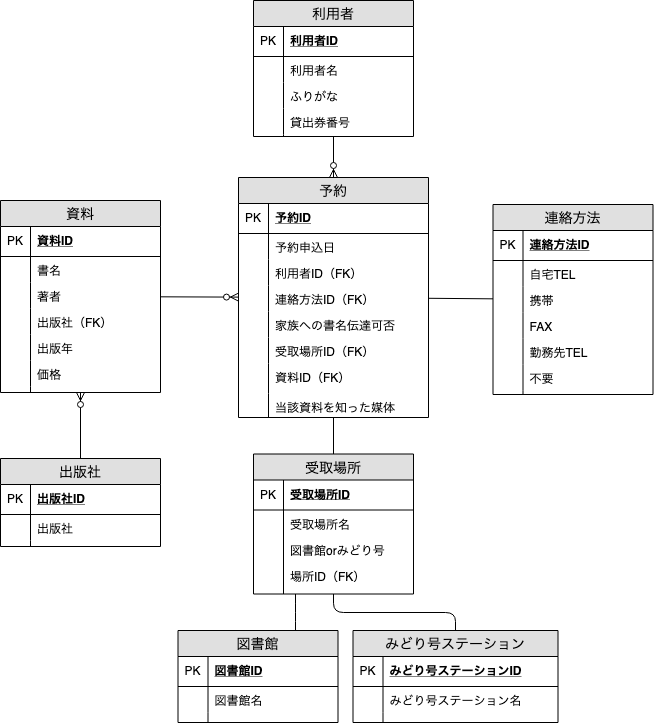
The draw.io diagram 002_reservation_sheet.png in chihaso/rakurakuERD, before a commit. Source tidied: cells renumbered, new cells last; positions are measured from the earlier drawing's top-left corner, leaving out a move shared by most shapes.
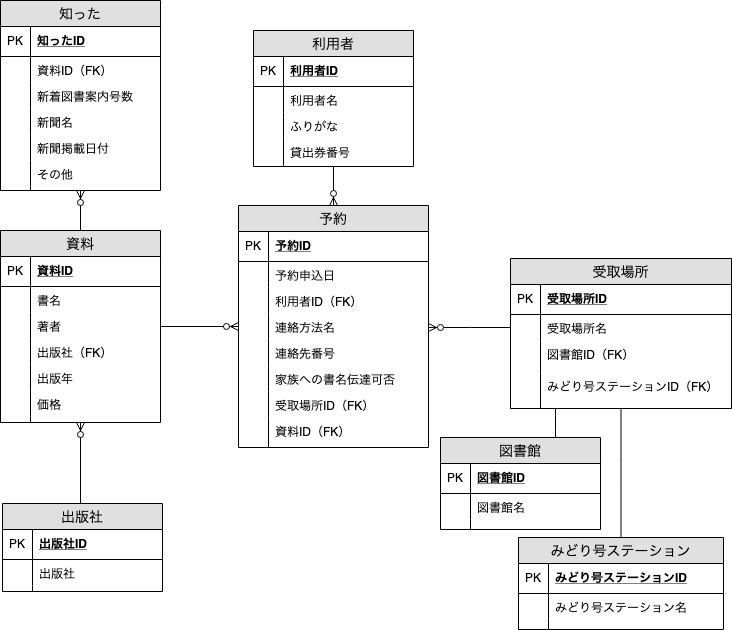
After the change.

Commit message:
知ったテーブル追加、場所テーブルで図書館IDとみどり号ステーションIDをFKとして参照、連絡先を予約テーブルに収納

The edit, as a diff of the source:
```diff
@@ -5,4 +5,10 @@
     <mxCell id="2" value="予約" style="swimlane;fontStyle=0;horizontal=1;startSize=26;fillColor=#e0e0e0;swimlaneFillColor=#ffffff;align=center;fontSize=14;" parent="1" vertex="1">
-      <mxGeometry x="238" y="177" width="190" height="240" as="geometry" />
+      <mxGeometry x="238" y="160" width="190" height="242" as="geometry" />
     </mxCell>
+    <mxCell id="19" style="shape=partialRectangle;top=0;left=0;right=0;bottom=0;align=left;verticalAlign=top;fillColor=none;spacingLeft=34;spacingRight=4;overflow=hidden;points=[[0,0.5],[1,0.5]];portConstraint=eastwest;fontSize=12;" parent="2" vertex="1">
+      <mxGeometry y="26" width="190" as="geometry" />
+    </mxCell>
+    <mxCell id="20" style="shape=partialRectangle;top=0;left=0;bottom=0;fillColor=none;align=left;verticalAlign=top;spacingLeft=4;spacingRight=4;overflow=hidden;fontSize=12;" parent="19" vertex="1">
+      <mxGeometry width="30" as="geometry" />
+    </mxCell>
     <mxCell id="3" value="予約ID" style="shape=partialRectangle;top=0;left=0;right=0;bottom=1;align=left;verticalAlign=middle;fillColor=none;spacingLeft=34;spacingRight=4;overflow=hidden;fontStyle=5;fontSize=12;" parent="2" vertex="1">
@@ -25,3 +31,3 @@
     </mxCell>
-    <mxCell id="9" value="連絡方法ID（FK）" style="shape=partialRectangle;top=0;left=0;right=0;bottom=0;align=left;verticalAlign=top;fillColor=none;spacingLeft=34;spacingRight=4;overflow=hidden;fontSize=12;" parent="2" vertex="1">
+    <mxCell id="9" value="連絡方法名" style="shape=partialRectangle;top=0;left=0;right=0;bottom=0;align=left;verticalAlign=top;fillColor=none;spacingLeft=34;spacingRight=4;overflow=hidden;fontSize=12;" parent="2" vertex="1">
       <mxGeometry y="108" width="190" height="26" as="geometry" />
@@ -31,4 +37,10 @@
     </mxCell>
+    <mxCell id="99" value="連絡先番号" style="shape=partialRectangle;top=0;left=0;right=0;bottom=0;align=left;verticalAlign=top;fillColor=none;spacingLeft=34;spacingRight=4;overflow=hidden;fontSize=12;" parent="2" vertex="1">
+      <mxGeometry y="134" width="190" height="26" as="geometry" />
+    </mxCell>
+    <mxCell id="100" style="shape=partialRectangle;top=0;left=0;bottom=0;fillColor=none;align=left;verticalAlign=top;spacingLeft=4;spacingRight=4;overflow=hidden;fontSize=12;" parent="99" vertex="1">
+      <mxGeometry width="30" height="26" as="geometry" />
+    </mxCell>
     <mxCell id="11" value="家族への書名伝達可否" style="shape=partialRectangle;top=0;left=0;right=0;bottom=0;align=left;verticalAlign=top;fillColor=none;spacingLeft=34;spacingRight=4;overflow=hidden;fontSize=12;" parent="2" vertex="1">
-      <mxGeometry y="134" width="190" height="26" as="geometry" />
+      <mxGeometry y="160" width="190" height="26" as="geometry" />
     </mxCell>
@@ -38,3 +50,3 @@
     <mxCell id="13" value="受取場所ID（FK）" style="shape=partialRectangle;top=0;left=0;right=0;bottom=0;align=left;verticalAlign=top;fillColor=none;spacingLeft=34;spacingRight=4;overflow=hidden;fontSize=12;" parent="2" vertex="1">
-      <mxGeometry y="160" width="190" height="26" as="geometry" />
+      <mxGeometry y="186" width="190" height="26" as="geometry" />
     </mxCell>
@@ -44,3 +56,3 @@
     <mxCell id="15" value="資料ID（FK）" style="shape=partialRectangle;top=0;left=0;right=0;bottom=0;align=left;verticalAlign=top;fillColor=none;spacingLeft=34;spacingRight=4;overflow=hidden;fontSize=12;" parent="2" vertex="1">
-      <mxGeometry y="186" width="190" height="30" as="geometry" />
+      <mxGeometry y="212" width="190" height="30" as="geometry" />
     </mxCell>
@@ -49,16 +61,4 @@
     </mxCell>
-    <mxCell id="17" value="当該資料を知った媒体" style="shape=partialRectangle;top=0;left=0;right=0;bottom=0;align=left;verticalAlign=top;fillColor=none;spacingLeft=34;spacingRight=4;overflow=hidden;fontSize=12;" parent="2" vertex="1">
-      <mxGeometry y="216" width="190" height="24" as="geometry" />
-    </mxCell>
-    <mxCell id="18" style="shape=partialRectangle;top=0;left=0;bottom=0;fillColor=none;align=left;verticalAlign=top;spacingLeft=4;spacingRight=4;overflow=hidden;fontSize=12;" parent="17" vertex="1">
-      <mxGeometry width="30" height="24" as="geometry" />
-    </mxCell>
-    <mxCell id="19" style="shape=partialRectangle;top=0;left=0;right=0;bottom=0;align=left;verticalAlign=top;fillColor=none;spacingLeft=34;spacingRight=4;overflow=hidden;points=[[0,0.5],[1,0.5]];portConstraint=eastwest;fontSize=12;" parent="2" vertex="1">
-      <mxGeometry y="240" width="190" as="geometry" />
-    </mxCell>
-    <mxCell id="20" style="shape=partialRectangle;top=0;left=0;bottom=0;fillColor=none;align=left;verticalAlign=top;spacingLeft=4;spacingRight=4;overflow=hidden;fontSize=12;" parent="19" vertex="1">
-      <mxGeometry width="30" as="geometry" />
-    </mxCell>
     <mxCell id="21" value="利用者" style="swimlane;fontStyle=0;horizontal=1;startSize=26;fillColor=#e0e0e0;swimlaneFillColor=#ffffff;align=center;fontSize=14;" parent="1" vertex="1">
-      <mxGeometry x="253" width="160" height="136" as="geometry" />
+      <mxGeometry x="253" y="-15" width="160" height="136" as="geometry" />
     </mxCell>
@@ -94,4 +94,7 @@
     </mxCell>
+    <mxCell id="101" style="edgeStyle=none;rounded=0;jettySize=auto;html=1;exitX=0.5;exitY=0;exitDx=0;exitDy=0;startArrow=none;startFill=0;endArrow=ERzeroToMany;endFill=1;" parent="1" edge="1" source="32" target="104">
+      <mxGeometry relative="1" as="geometry" />
+    </mxCell>
     <mxCell id="32" value="資料" style="swimlane;fontStyle=0;horizontal=1;startSize=26;fillColor=#e0e0e0;swimlaneFillColor=#ffffff;align=center;fontSize=14;" parent="1" vertex="1">
-      <mxGeometry y="200" width="160" height="192" as="geometry" />
+      <mxGeometry y="185" width="160" height="192" as="geometry" />
     </mxCell>
@@ -140,3 +143,3 @@
     <mxCell id="47" value="みどり号ステーション" style="swimlane;fontStyle=0;horizontal=1;startSize=26;fillColor=#e0e0e0;swimlaneFillColor=#ffffff;align=center;fontSize=14;" parent="1" vertex="1">
-      <mxGeometry x="352.5" y="630" width="205" height="92" as="geometry" />
+      <mxGeometry x="518" y="492" width="205" height="92" as="geometry" />
     </mxCell>
@@ -161,3 +164,3 @@
     <mxCell id="54" value="図書館" style="swimlane;fontStyle=0;horizontal=1;startSize=26;fillColor=#e0e0e0;swimlaneFillColor=#ffffff;align=center;fontSize=14;" parent="1" vertex="1">
-      <mxGeometry x="177.5" y="630" width="160" height="92" as="geometry" />
+      <mxGeometry x="440" y="392" width="160" height="92" as="geometry" />
     </mxCell>
@@ -181,10 +184,16 @@
     </mxCell>
-    <mxCell id="61" style="edgeStyle=none;rounded=0;jettySize=auto;html=1;startArrow=none;startFill=0;endArrow=none;endFill=0;" parent="1" edge="1" source="62" target="19">
-      <mxGeometry relative="1" as="geometry" />
+    <mxCell id="61" style="edgeStyle=elbowEdgeStyle;rounded=0;jettySize=auto;html=1;startArrow=none;startFill=0;endArrow=ERzeroToMany;endFill=1;exitX=0;exitY=0.5;exitDx=0;exitDy=0;" parent="1" edge="1" source="65">
+      <mxGeometry relative="1" as="geometry">
+        <mxPoint x="428" y="282" as="targetPoint" />
+        <Array as="points">
+          <mxPoint x="470" y="244" />
+          <mxPoint x="525" y="134" />
+        </Array>
+      </mxGeometry>
     </mxCell>
     <mxCell id="62" value="受取場所" style="swimlane;fontStyle=0;horizontal=1;startSize=26;fillColor=#e0e0e0;swimlaneFillColor=#ffffff;align=center;fontSize=14;" parent="1" vertex="1">
-      <mxGeometry x="253" y="453.5" width="160" height="140" as="geometry" />
+      <mxGeometry x="510" y="213" width="221" height="150" as="geometry" />
     </mxCell>
     <mxCell id="63" value="受取場所ID" style="shape=partialRectangle;top=0;left=0;right=0;bottom=1;align=left;verticalAlign=middle;fillColor=none;spacingLeft=34;spacingRight=4;overflow=hidden;fontStyle=5;fontSize=12;" parent="62" vertex="1">
-      <mxGeometry y="26" width="160" height="30" as="geometry" />
+      <mxGeometry y="26" width="221" height="30" as="geometry" />
     </mxCell>
@@ -194,3 +203,3 @@
     <mxCell id="65" value="受取場所名" style="shape=partialRectangle;top=0;left=0;right=0;bottom=0;align=left;verticalAlign=top;fillColor=none;spacingLeft=34;spacingRight=4;overflow=hidden;points=[[0,0.5],[1,0.5]];portConstraint=eastwest;fontSize=12;" parent="62" vertex="1">
-      <mxGeometry y="56" width="160" height="26" as="geometry" />
+      <mxGeometry y="56" width="221" height="26" as="geometry" />
     </mxCell>
@@ -199,10 +208,4 @@
     </mxCell>
-    <mxCell id="67" value="図書館orみどり号" style="shape=partialRectangle;top=0;left=0;right=0;bottom=0;align=left;verticalAlign=top;fillColor=none;spacingLeft=34;spacingRight=4;overflow=hidden;fontSize=12;" parent="62" vertex="1">
-      <mxGeometry y="82" width="160" height="26" as="geometry" />
-    </mxCell>
-    <mxCell id="68" style="shape=partialRectangle;top=0;left=0;bottom=0;fillColor=none;align=left;verticalAlign=top;spacingLeft=4;spacingRight=4;overflow=hidden;fontSize=12;" parent="67" vertex="1">
-      <mxGeometry width="30" height="26" as="geometry" />
-    </mxCell>
-    <mxCell id="69" value="場所ID（FK）" style="shape=partialRectangle;top=0;left=0;right=0;bottom=0;align=left;verticalAlign=top;fillColor=none;spacingLeft=34;spacingRight=4;overflow=hidden;fontSize=12;" parent="62" vertex="1">
-      <mxGeometry y="108" width="160" height="32" as="geometry" />
+    <mxCell id="69" value="図書館ID（FK）" style="shape=partialRectangle;top=0;left=0;right=0;bottom=0;align=left;verticalAlign=top;fillColor=none;spacingLeft=34;spacingRight=4;overflow=hidden;fontSize=12;" parent="62" vertex="1">
+      <mxGeometry y="82" width="221" height="32" as="geometry" />
     </mxCell>
@@ -211,2 +214,8 @@
     </mxCell>
+    <mxCell id="102" value="みどり号ステーションID（FK）" style="shape=partialRectangle;top=0;left=0;right=0;bottom=0;align=left;verticalAlign=top;fillColor=none;spacingLeft=34;spacingRight=4;overflow=hidden;fontSize=12;" parent="62" vertex="1">
+      <mxGeometry y="114" width="221" height="36" as="geometry" />
+    </mxCell>
+    <mxCell id="103" style="shape=partialRectangle;top=0;left=0;bottom=0;fillColor=none;align=left;verticalAlign=top;spacingLeft=4;spacingRight=4;overflow=hidden;fontSize=12;" parent="102" vertex="1">
+      <mxGeometry width="30" height="36" as="geometry" />
+    </mxCell>
     <mxCell id="71" style="fontSize=12;html=1;endArrow=ERzeroToMany;endFill=1;" parent="1" edge="1" source="21" target="2">
@@ -214,47 +223,2 @@
     </mxCell>
-    <mxCell id="72" value="連絡方法" style="swimlane;fontStyle=0;horizontal=1;startSize=26;fillColor=#e0e0e0;swimlaneFillColor=#ffffff;align=center;fontSize=14;" parent="1" vertex="1">
-      <mxGeometry x="492.5" y="204" width="160" height="190" as="geometry" />
-    </mxCell>
-    <mxCell id="73" value="連絡方法ID" style="shape=partialRectangle;top=0;left=0;right=0;bottom=1;align=left;verticalAlign=middle;fillColor=none;spacingLeft=34;spacingRight=4;overflow=hidden;fontStyle=5;fontSize=12;" parent="72" vertex="1">
-      <mxGeometry y="26" width="160" height="30" as="geometry" />
-    </mxCell>
-    <mxCell id="74" value="PK" style="shape=partialRectangle;top=0;left=0;bottom=0;fillColor=none;align=left;verticalAlign=middle;spacingLeft=4;spacingRight=4;overflow=hidden;fontSize=12;" parent="73" vertex="1">
-      <mxGeometry width="30" height="30" as="geometry" />
-    </mxCell>
-    <mxCell id="75" value="自宅TEL" style="shape=partialRectangle;top=0;left=0;right=0;bottom=0;align=left;verticalAlign=top;fillColor=none;spacingLeft=34;spacingRight=4;overflow=hidden;fontSize=12;" parent="72" vertex="1">
-      <mxGeometry y="56" width="160" height="26" as="geometry" />
-    </mxCell>
-    <mxCell id="76" style="shape=partialRectangle;top=0;left=0;bottom=0;fillColor=none;align=left;verticalAlign=top;spacingLeft=4;spacingRight=4;overflow=hidden;fontSize=12;" parent="75" vertex="1">
-      <mxGeometry width="30" height="26" as="geometry" />
-    </mxCell>
-    <mxCell id="77" value="携帯" style="shape=partialRectangle;top=0;left=0;right=0;bottom=0;align=left;verticalAlign=top;fillColor=none;spacingLeft=34;spacingRight=4;overflow=hidden;fontSize=12;" parent="72" vertex="1">
-      <mxGeometry y="82" width="160" height="26" as="geometry" />
-    </mxCell>
-    <mxCell id="78" style="shape=partialRectangle;top=0;left=0;bottom=0;fillColor=none;align=left;verticalAlign=top;spacingLeft=4;spacingRight=4;overflow=hidden;fontSize=12;" parent="77" vertex="1">
-      <mxGeometry width="30" height="26" as="geometry" />
-    </mxCell>
-    <mxCell id="79" value="FAX" style="shape=partialRectangle;top=0;left=0;right=0;bottom=0;align=left;verticalAlign=top;fillColor=none;spacingLeft=34;spacingRight=4;overflow=hidden;fontSize=12;" parent="72" vertex="1">
-      <mxGeometry y="108" width="160" height="26" as="geometry" />
-    </mxCell>
-    <mxCell id="80" style="shape=partialRectangle;top=0;left=0;bottom=0;fillColor=none;align=left;verticalAlign=top;spacingLeft=4;spacingRight=4;overflow=hidden;fontSize=12;" parent="79" vertex="1">
-      <mxGeometry width="30" height="26" as="geometry" />
-    </mxCell>
-    <mxCell id="81" value="勤務先TEL" style="shape=partialRectangle;top=0;left=0;right=0;bottom=0;align=left;verticalAlign=top;fillColor=none;spacingLeft=34;spacingRight=4;overflow=hidden;fontSize=12;" parent="72" vertex="1">
-      <mxGeometry y="134" width="160" height="26" as="geometry" />
-    </mxCell>
-    <mxCell id="82" style="shape=partialRectangle;top=0;left=0;bottom=0;fillColor=none;align=left;verticalAlign=top;spacingLeft=4;spacingRight=4;overflow=hidden;fontSize=12;" parent="81" vertex="1">
-      <mxGeometry width="30" height="26" as="geometry" />
-    </mxCell>
-    <mxCell id="83" value="不要" style="shape=partialRectangle;top=0;left=0;right=0;bottom=0;align=left;verticalAlign=top;fillColor=none;spacingLeft=34;spacingRight=4;overflow=hidden;fontSize=12;" parent="72" vertex="1">
-      <mxGeometry y="160" width="160" height="26" as="geometry" />
-    </mxCell>
-    <mxCell id="84" style="shape=partialRectangle;top=0;left=0;bottom=0;fillColor=none;align=left;verticalAlign=top;spacingLeft=4;spacingRight=4;overflow=hidden;fontSize=12;" parent="83" vertex="1">
-      <mxGeometry width="30" height="26" as="geometry" />
-    </mxCell>
-    <mxCell id="85" style="shape=partialRectangle;top=0;left=0;right=0;bottom=0;align=left;verticalAlign=top;fillColor=none;spacingLeft=34;spacingRight=4;overflow=hidden;fontSize=12;" parent="72" vertex="1">
-      <mxGeometry y="186" width="160" height="4" as="geometry" />
-    </mxCell>
-    <mxCell id="86" style="shape=partialRectangle;top=0;left=0;bottom=0;fillColor=none;align=left;verticalAlign=top;spacingLeft=4;spacingRight=4;overflow=hidden;fontSize=12;" parent="85" vertex="1">
-      <mxGeometry width="30" height="4" as="geometry" />
-    </mxCell>
     <mxCell id="87" style="fontSize=12;html=1;endArrow=ERzeroToMany;endFill=1;" parent="1" edge="1" source="32" target="2">
@@ -268,7 +232,4 @@
     </mxCell>
-    <mxCell id="90" style="fontSize=12;html=1;endArrow=none;endFill=0;startArrow=none;startFill=0;" parent="1" edge="1" source="2" target="72">
-      <mxGeometry relative="1" as="geometry" />
-    </mxCell>
     <mxCell id="91" value="出版社" style="swimlane;fontStyle=0;horizontal=1;startSize=26;fillColor=#e0e0e0;swimlaneFillColor=#ffffff;align=center;fontSize=14;" parent="1" vertex="1">
-      <mxGeometry y="458" width="160" height="88" as="geometry" />
+      <mxGeometry x="2" y="458" width="160" height="88" as="geometry" />
     </mxCell>
@@ -292,5 +253,53 @@
     </mxCell>
-    <mxCell id="98" style="fontSize=12;html=1;endArrow=ERzeroToMany;endFill=1;" parent="1" edge="1" source="91" target="32">
-      <mxGeometry relative="1" as="geometry" />
+    <mxCell id="98" style="fontSize=12;html=1;endArrow=ERzeroToMany;endFill=1;" parent="1" edge="1">
+      <mxGeometry relative="1" as="geometry">
+        <mxPoint x="80" y="458" as="sourcePoint" />
+        <mxPoint x="80" y="377" as="targetPoint" />
+      </mxGeometry>
     </mxCell>
+    <mxCell id="104" value="知った" style="swimlane;fontStyle=0;horizontal=1;startSize=26;fillColor=#e0e0e0;swimlaneFillColor=#ffffff;align=center;fontSize=14;" parent="1" vertex="1">
+      <mxGeometry y="-45" width="160" height="190" as="geometry" />
+    </mxCell>
+    <mxCell id="105" value="知ったID" style="shape=partialRectangle;top=0;left=0;right=0;bottom=1;align=left;verticalAlign=middle;fillColor=none;spacingLeft=34;spacingRight=4;overflow=hidden;fontStyle=5;fontSize=12;" parent="104" vertex="1">
+      <mxGeometry y="26" width="160" height="30" as="geometry" />
+    </mxCell>
+    <mxCell id="74" value="PK" style="shape=partialRectangle;top=0;left=0;bottom=0;fillColor=none;align=left;verticalAlign=middle;spacingLeft=4;spacingRight=4;overflow=hidden;fontSize=12;" parent="105" vertex="1">
+      <mxGeometry width="30" height="30" as="geometry" />
+    </mxCell>
+    <mxCell id="106" value="資料ID（FK）" style="shape=partialRectangle;top=0;left=0;right=0;bottom=0;align=left;verticalAlign=top;fillColor=none;spacingLeft=34;spacingRight=4;overflow=hidden;fontSize=12;" parent="104" vertex="1">
+      <mxGeometry y="56" width="160" height="26" as="geometry" />
+    </mxCell>
+    <mxCell id="107" style="shape=partialRectangle;top=0;left=0;bottom=0;fillColor=none;align=left;verticalAlign=top;spacingLeft=4;spacingRight=4;overflow=hidden;fontSize=12;" parent="106" vertex="1">
+      <mxGeometry width="30" height="26" as="geometry" />
+    </mxCell>
+    <mxCell id="108" value="新着図書案内号数" style="shape=partialRectangle;top=0;left=0;right=0;bottom=0;align=left;verticalAlign=top;fillColor=none;spacingLeft=34;spacingRight=4;overflow=hidden;fontSize=12;" parent="104" vertex="1">
+      <mxGeometry y="82" width="160" height="26" as="geometry" />
+    </mxCell>
+    <mxCell id="109" style="shape=partialRectangle;top=0;left=0;bottom=0;fillColor=none;align=left;verticalAlign=top;spacingLeft=4;spacingRight=4;overflow=hidden;fontSize=12;" parent="108" vertex="1">
+      <mxGeometry width="30" height="26" as="geometry" />
+    </mxCell>
+    <mxCell id="110" value="新聞名" style="shape=partialRectangle;top=0;left=0;right=0;bottom=0;align=left;verticalAlign=top;fillColor=none;spacingLeft=34;spacingRight=4;overflow=hidden;fontSize=12;" parent="104" vertex="1">
+      <mxGeometry y="108" width="160" height="26" as="geometry" />
+    </mxCell>
+    <mxCell id="111" style="shape=partialRectangle;top=0;left=0;bottom=0;fillColor=none;align=left;verticalAlign=top;spacingLeft=4;spacingRight=4;overflow=hidden;fontSize=12;" parent="110" vertex="1">
+      <mxGeometry width="30" height="26" as="geometry" />
+    </mxCell>
+    <mxCell id="112" value="新聞掲載日付" style="shape=partialRectangle;top=0;left=0;right=0;bottom=0;align=left;verticalAlign=top;fillColor=none;spacingLeft=34;spacingRight=4;overflow=hidden;fontSize=12;" parent="104" vertex="1">
+      <mxGeometry y="134" width="160" height="26" as="geometry" />
+    </mxCell>
+    <mxCell id="113" style="shape=partialRectangle;top=0;left=0;bottom=0;fillColor=none;align=left;verticalAlign=top;spacingLeft=4;spacingRight=4;overflow=hidden;fontSize=12;" parent="112" vertex="1">
+      <mxGeometry width="30" height="26" as="geometry" />
+    </mxCell>
+    <mxCell id="114" value="その他" style="shape=partialRectangle;top=0;left=0;right=0;bottom=0;align=left;verticalAlign=top;fillColor=none;spacingLeft=34;spacingRight=4;overflow=hidden;fontSize=12;" parent="104" vertex="1">
+      <mxGeometry y="160" width="160" height="26" as="geometry" />
+    </mxCell>
+    <mxCell id="115" style="shape=partialRectangle;top=0;left=0;bottom=0;fillColor=none;align=left;verticalAlign=top;spacingLeft=4;spacingRight=4;overflow=hidden;fontSize=12;" parent="114" vertex="1">
+      <mxGeometry width="30" height="26" as="geometry" />
+    </mxCell>
+    <mxCell id="85" style="shape=partialRectangle;top=0;left=0;right=0;bottom=0;align=left;verticalAlign=top;fillColor=none;spacingLeft=34;spacingRight=4;overflow=hidden;fontSize=12;" parent="104" vertex="1">
+      <mxGeometry y="186" width="160" height="4" as="geometry" />
+    </mxCell>
+    <mxCell id="86" style="shape=partialRectangle;top=0;left=0;bottom=0;fillColor=none;align=left;verticalAlign=top;spacingLeft=4;spacingRight=4;overflow=hidden;fontSize=12;" parent="85" vertex="1">
+      <mxGeometry width="30" height="4" as="geometry" />
+    </mxCell>
   </root>
```
